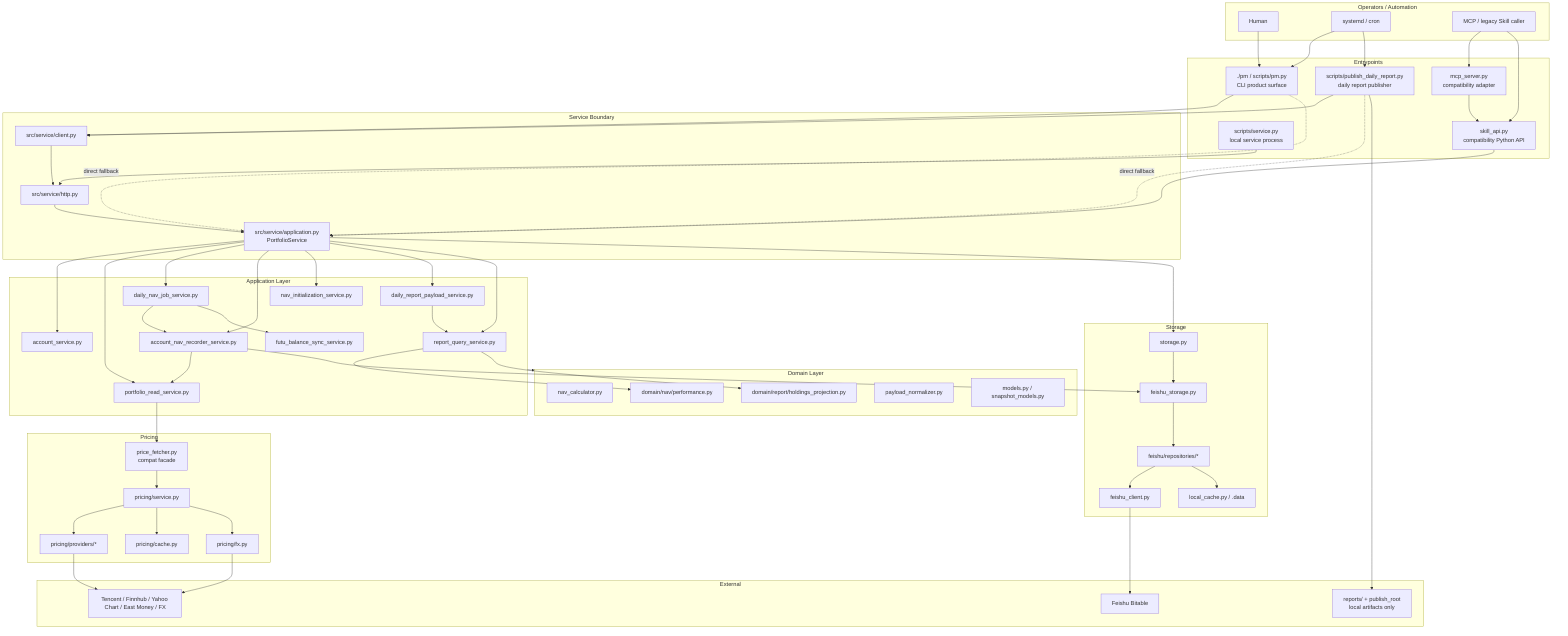
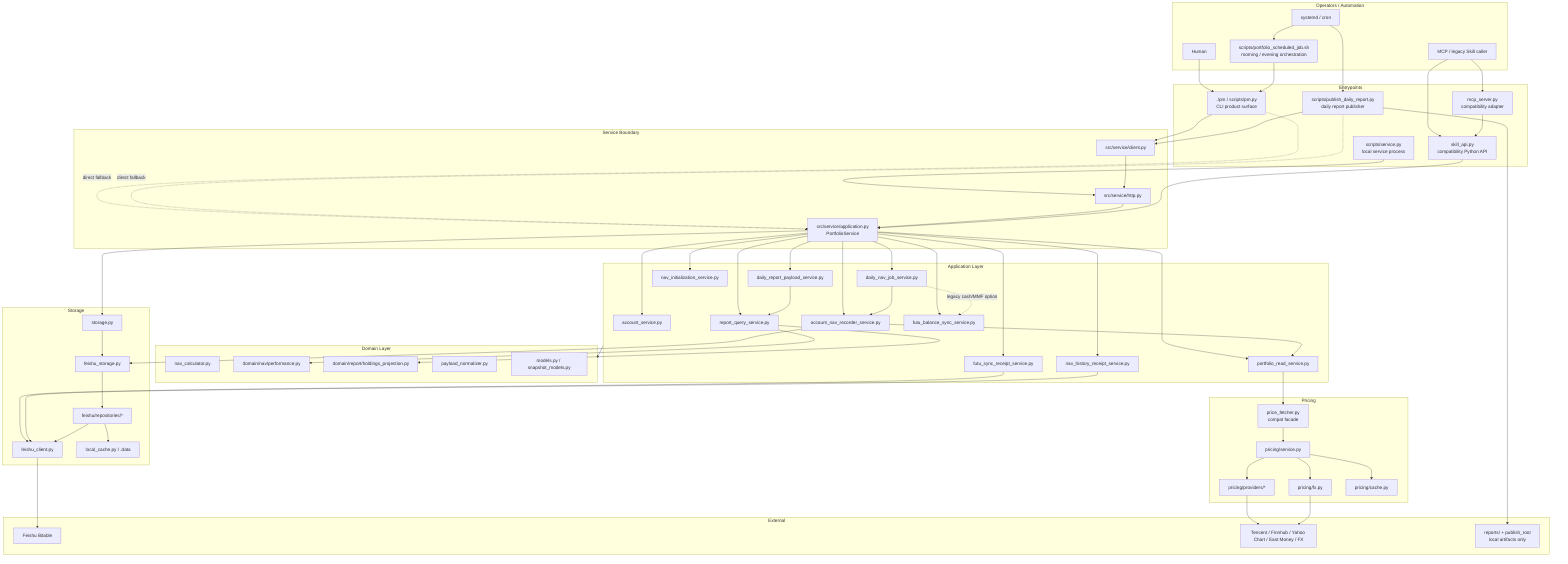
flowchart TB
    subgraph Operators["Operators / Automation"]
        Human["Human"]
        Scheduler["systemd / cron"]
+         ScheduledJob["scripts/portfolio_scheduled_job.sh<br/>morning / evening orchestration"]
        Agent["MCP / legacy Skill caller"]
    end

    subgraph Entry["Entrypoints"]
        CLI["./pm / scripts/pm.py<br/>CLI product surface"]
        ServiceRunner["scripts/service.py<br/>local service process"]
        Publisher["scripts/publish_daily_report.py<br/>daily report publisher"]
        MCP["mcp_server.py<br/>compatibility adapter"]
        SkillAPI["skill_api.py<br/>compatibility Python API"]
    end

    subgraph Service["Service Boundary"]
        ServiceClient["src/service/client.py"]
        HTTP["src/service/http.py"]
        AppFacade["src/service/application.py<br/>PortfolioService"]
    end

    subgraph App["Application Layer"]
        Account["account_service.py"]
        Read["portfolio_read_service.py"]
        DailyJob["daily_nav_job_service.py"]
        AccountNav["account_nav_recorder_service.py"]
        InitNav["nav_initialization_service.py"]
        ReportPayload["daily_report_payload_service.py"]
        ReportQuery["report_query_service.py"]
        FutuSync["futu_balance_sync_service.py"]
+         FutuReceipt["futu_sync_receipt_service.py"]
+         NavReceipt["nav_history_receipt_service.py"]
    end

    subgraph Domain["Domain Layer"]
        NavCalc["nav_calculator.py"]
        Performance["domain/nav/performance.py"]
        HoldingsProjection["domain/report/holdings_projection.py"]
        Payload["payload_normalizer.py"]
        Models["models.py / snapshot_models.py"]
    end

    subgraph Pricing["Pricing"]
        PriceFetcher["price_fetcher.py<br/>compat facade"]
        PriceService["pricing/service.py"]
        Providers["pricing/providers/*"]
        Fx["pricing/fx.py"]
        CachePolicy["pricing/cache.py"]
    end

    subgraph Storage["Storage"]
        StorageFactory["storage.py"]
        FeishuStorage["feishu_storage.py"]
        Repos["feishu/repositories/*"]
        FeishuClient["feishu_client.py"]
        LocalCache["local_cache.py / .data"]
    end

    subgraph External["External"]
        Feishu["Feishu Bitable"]
        Quotes["Tencent / Finnhub / Yahoo Chart / East Money / FX"]
        Reports["reports/ + publish_root<br/>local artifacts only"]
    end

    Human --> CLI
-     Scheduler --> CLI
+     Scheduler --> ScheduledJob
+     ScheduledJob --> CLI
    Scheduler --> Publisher
    Agent --> MCP
    Agent --> SkillAPI

    CLI --> ServiceClient
    CLI -.direct fallback.-> AppFacade
    Publisher --> ServiceClient
    Publisher -.direct fallback.-> AppFacade
    ServiceRunner --> HTTP
    ServiceClient --> HTTP
    HTTP --> AppFacade
    MCP --> SkillAPI
    SkillAPI --> AppFacade

    AppFacade --> Account
    AppFacade --> Read
    AppFacade --> DailyJob
    AppFacade --> AccountNav
    AppFacade --> InitNav
    AppFacade --> ReportPayload
    AppFacade --> ReportQuery
+     AppFacade --> FutuSync
+     AppFacade --> FutuReceipt
+     AppFacade --> NavReceipt
    AppFacade --> StorageFactory

    DailyJob --> AccountNav
-     DailyJob --> FutuSync
+     DailyJob -.legacy cash/MMF option.-> FutuSync
    AccountNav --> Read
    AccountNav --> FeishuStorage
    ReportPayload --> ReportQuery
    ReportQuery --> Performance
    ReportQuery --> HoldingsProjection
    App --> Domain

    Read --> PriceFetcher
    PriceFetcher --> PriceService
    PriceService --> Providers
    PriceService --> CachePolicy
    PriceService --> Fx
    Providers --> Quotes
    Fx --> Quotes

    StorageFactory --> FeishuStorage
    FeishuStorage --> Repos
+     FutuReceipt --> FeishuClient
+     NavReceipt --> FeishuClient
    Repos --> FeishuClient
    Repos --> LocalCache
    FeishuClient --> Feishu
    Publisher --> Reports
